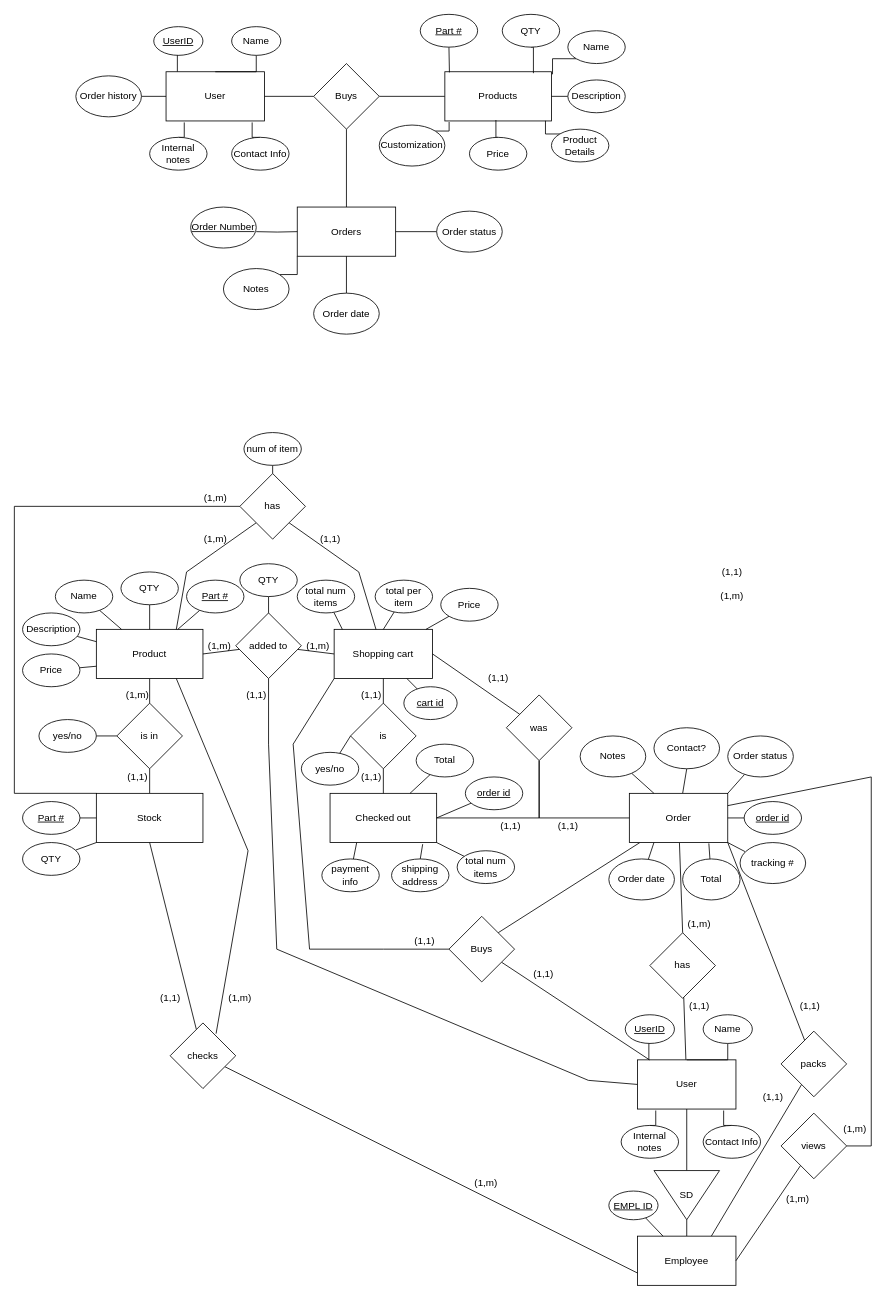
Before: ecomm.drawio in 466group2/Group02Project, a draw.io diagram. Source tidied: cells renumbered, new cells numbered last; positions are measured from the earlier drawing's top-left corner, leaving out a move shared by most shapes. Both pictures are drawn from the tidied source at 82%, with x=0, y=0 at pixel (14, 14).
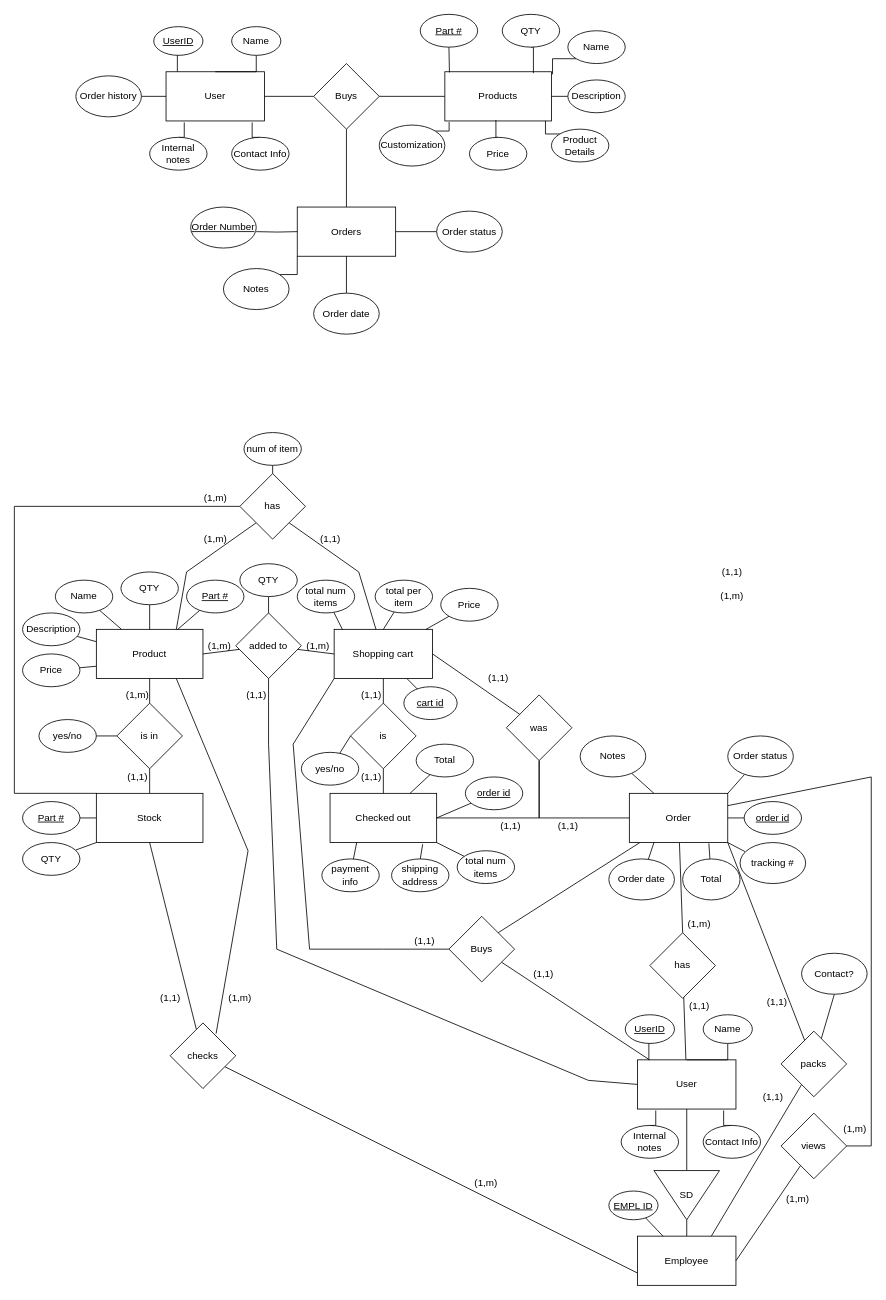
The same diagram, later.

Commit message:
Moved contact attribute for packing

The change refers to these unchanged cells:
```xml
<mxCell id="98" value="Order" style="rounded=0;whiteSpace=wrap;html=1;" parent="1" vertex="1">
  <mxGeometry x="750" y="950" width="120" height="60" as="geometry" />
</mxCell>
<mxCell id="142" value="packs" style="rhombus;whiteSpace=wrap;html=1;" parent="1" vertex="1">
  <mxGeometry x="935" y="1240" width="80" height="80" as="geometry" />
</mxCell>
```

Change to the diagram source:
```diff
@@
-    <mxCell id="97" style="edgeStyle=none;rounded=0;jettySize=auto;html=1;entryX=0.5;entryY=1;entryDx=0;entryDy=0;endArrow=none;endFill=0;" parent="1" edge="1" source="98" target="129">
+    <mxCell id="97" style="edgeStyle=none;rounded=0;jettySize=auto;html=1;entryX=0.5;entryY=1;entryDx=0;entryDy=0;endArrow=none;endFill=0;" parent="1" edge="1" source="142" target="129">
       <mxGeometry relative="1" as="geometry" />
     </mxCell>
@@
     <mxCell id="129" value="Contact?" style="ellipse;whiteSpace=wrap;html=1;" parent="1" vertex="1">
-      <mxGeometry x="780" y="870" width="80" height="50" as="geometry" />
+      <mxGeometry x="960" y="1145" width="80" height="50" as="geometry" />
     </mxCell>
@@
     <mxCell id="170" value="(1,1)" style="text;html=1;align=center;verticalAlign=middle;fillColor=none;strokeColor=none;rounded=0;" parent="1" vertex="1">
-      <mxGeometry x="950" y="1200" width="40" height="20" as="geometry" />
+      <mxGeometry x="910" y="1195" width="40" height="20" as="geometry" />
     </mxCell>
```
